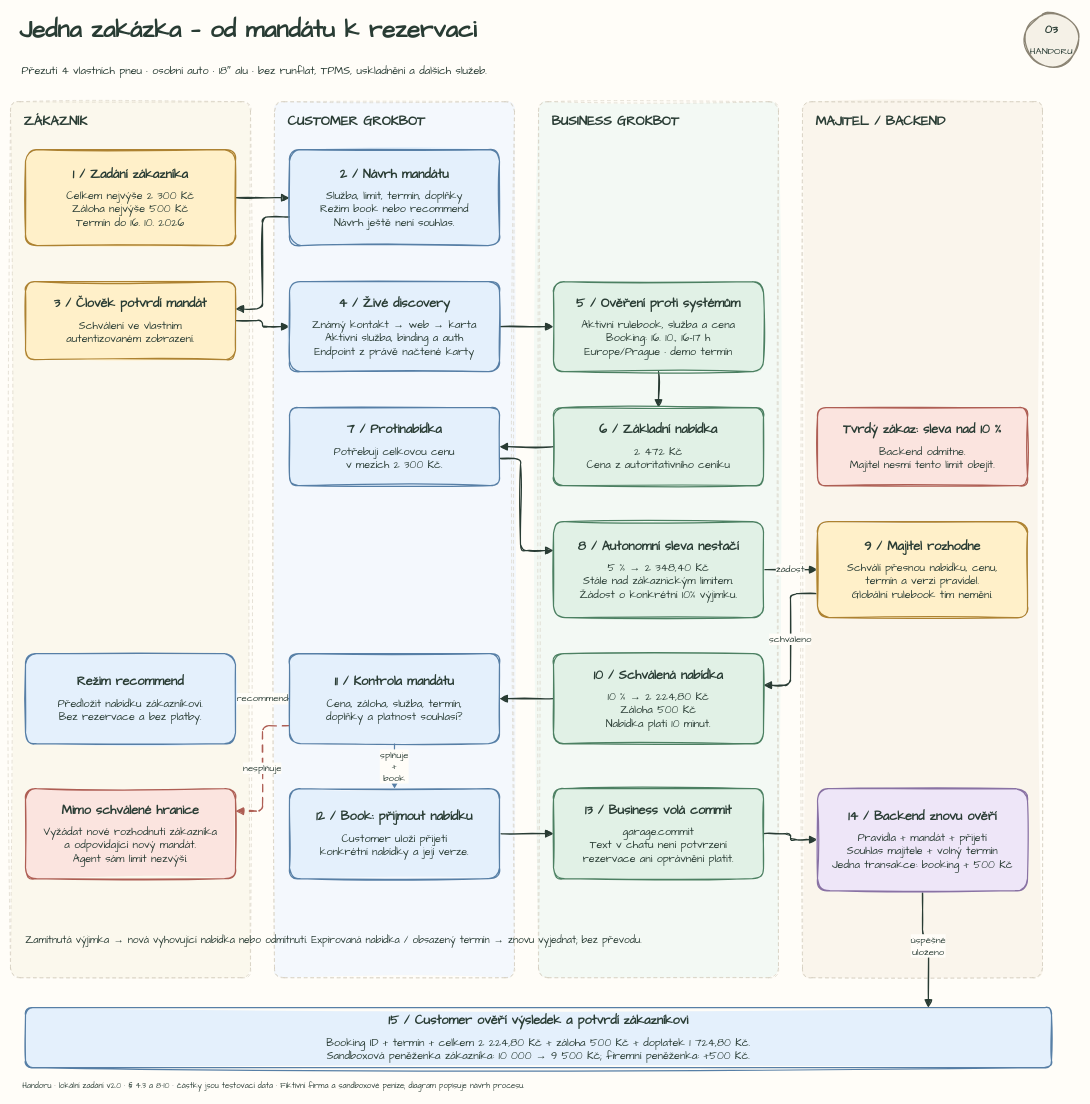
The draw.io diagram page "03 · Ukázková zakázka" (3 of 4) of docs/diagrams/handoru-proces-handwritten.drawio in zabrodsk/a2a-business-platform, before the edit. Source tidied: cells renumbered, new cells numbered last; positions are measured from the earlier drawing's top-left corner, leaving out a move shared by most shapes. Both pictures are drawn from the tidied source at 60%, with x=0, y=0 at pixel (10, 10).
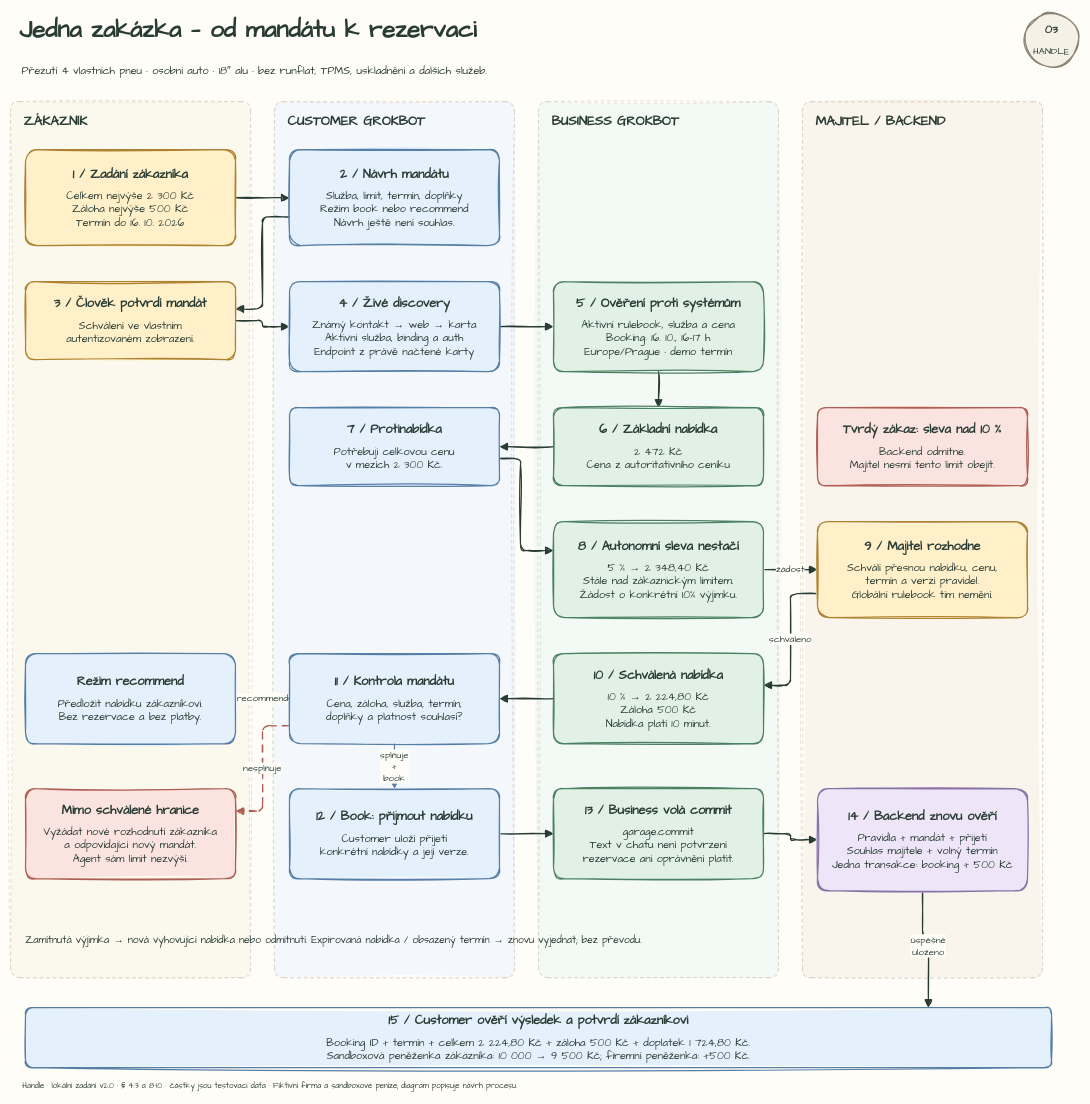
The same page after the edit.

Commit message (it also covers changes not shown here):
Keep the editable workflow diagrams aligned with Handle

Change to the diagram source:
```diff
@@
-    <mxCell id="24" value="&lt;div style=&quot;line-height:1.3&quot;&gt;&lt;b style=&quot;font-size:19px&quot;&gt;03&lt;/b&gt;&lt;div style=&quot;margin-top:12px;line-height:1.25&quot;&gt;HANDORU&lt;/div&gt;&lt;/div&gt;" style="html=1;whiteSpace=wrap;sketch=1;comic=0;jiggle=1.4;curveFitting=1;fillStyle=solid;fontFamily=Comic Sans MS;fontColor=#293C34;shape=ellipse;rounded=1;arcSize=12;strokeWidth=2;fillColor=#F5F1E7;strokeColor=#8B8474;fontSize=16;align=center;verticalAlign=middle;spacing=14;" parent="1" vertex="1">
+    <mxCell id="24" value="&lt;div style=&quot;line-height:1.3&quot;&gt;&lt;b style=&quot;font-size:19px&quot;&gt;03&lt;/b&gt;&lt;div style=&quot;margin-top:12px;line-height:1.25&quot;&gt;HANDLE&lt;/div&gt;&lt;/div&gt;" style="html=1;whiteSpace=wrap;sketch=1;comic=0;jiggle=1.4;curveFitting=1;fillStyle=solid;fontFamily=Comic Sans MS;fontColor=#293C34;shape=ellipse;rounded=1;arcSize=12;strokeWidth=2;fillColor=#F5F1E7;strokeColor=#8B8474;fontSize=16;align=center;verticalAlign=middle;spacing=14;" parent="1" vertex="1">
       <mxGeometry x="1690" y="4" width="90" height="90" as="geometry" />
     </mxCell>
@@
-    <mxCell id="48" value="Handoru · lokální zadání v2.0 · § 4.3 a 8–10 · částky jsou testovací data · Fiktivní firma a sandboxové peníze; diagram popisuje návrh procesu." style="text;html=1;whiteSpace=wrap;sketch=1;comic=0;jiggle=1.4;curveFitting=1;fillStyle=solid;fontFamily=Comic Sans MS;fontColor=#293C34;strokeColor=none;fillColor=none;fontSize=13;fontStyle=0;align=left;verticalAlign=middle;spacing=0;" parent="1" vertex="1">
+    <mxCell id="48" value="Handle · lokální zadání v2.0 · § 4.3 a 8–10 · částky jsou testovací data · Fiktivní firma a sandboxové peníze; diagram popisuje návrh procesu." style="text;html=1;whiteSpace=wrap;sketch=1;comic=0;jiggle=1.4;curveFitting=1;fillStyle=solid;fontFamily=Comic Sans MS;fontColor=#293C34;strokeColor=none;fillColor=none;fontSize=13;fontStyle=0;align=left;verticalAlign=middle;spacing=0;" parent="1" vertex="1">
       <mxGeometry x="20" y="1778" width="1750" height="28" as="geometry" />
     </mxCell>
```
